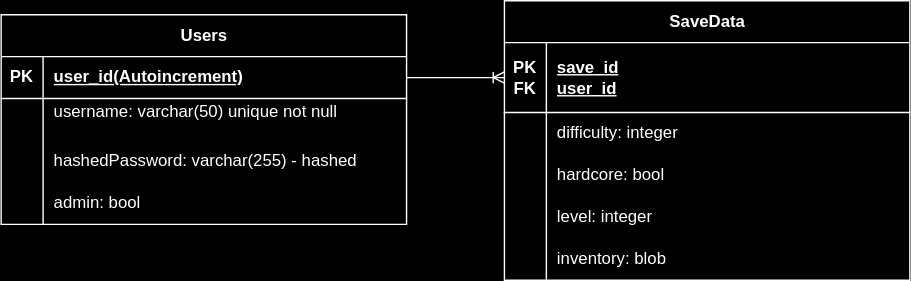
JCSnelson/JSnelson-NEA keeps this draw.io diagram as Documentation/images/design/Database_Design.svg. Above is the earlier version. Source tidied: cells renumbered, new cells last; positions are measured from the earlier drawing's top-left corner, leaving out a move shared by most shapes. The source it was exported from:
```xml
<mxGraphModel>
  <root>
    <mxCell id="0" />
    <mxCell id="1" parent="0" />
    <mxCell id="2" value="Users" style="shape=table;startSize=30;rowLines=0;fontStyle=1;align=center;html=1;" parent="1" vertex="1">
      <mxGeometry y="10" width="290" height="150" as="geometry" />
    </mxCell>
    <mxCell id="3" style="shape=tableRow;horizontal=0;startSize=0;swimlaneHead=0;swimlaneBody=0;fillColor=none;points=[[0,0.5],[1,0.5]];portConstraint=eastwest;top=0;left=0;right=0;bottom=1;" parent="2" vertex="1">
      <mxGeometry y="30" width="290" height="30" as="geometry" />
    </mxCell>
    <mxCell id="4" value="PK" style="shape=partialRectangle;fillColor=none;top=0;left=0;bottom=0;right=0;fontStyle=1;overflow=hidden;whiteSpace=wrap;html=1;" parent="3" vertex="1">
      <mxGeometry width="30" height="30" as="geometry" />
    </mxCell>
    <mxCell id="5" value="user_id(Autoincrement)" style="shape=partialRectangle;fillColor=none;top=0;left=0;bottom=0;right=0;align=left;spacingLeft=6;fontStyle=5;overflow=hidden;whiteSpace=wrap;html=1;" parent="3" vertex="1">
      <mxGeometry x="30" width="260" height="30" as="geometry" />
    </mxCell>
    <mxCell id="6" style="shape=tableRow;horizontal=0;startSize=0;swimlaneHead=0;swimlaneBody=0;fillColor=none;top=0;left=0;right=0;bottom=0;" parent="2" vertex="1">
      <mxGeometry y="60" width="290" height="30" as="geometry" />
    </mxCell>
    <mxCell id="7" style="shape=partialRectangle;fillColor=none;top=0;left=0;bottom=0;right=0;overflow=hidden;whiteSpace=wrap;html=1;" parent="6" vertex="1">
      <mxGeometry width="30" height="30" as="geometry" />
    </mxCell>
    <mxCell id="8" value="&lt;div&gt;username: varchar(50) unique not null&lt;/div&gt;&lt;div&gt;&lt;br&gt;&lt;/div&gt;" style="shape=partialRectangle;fillColor=none;top=0;left=0;bottom=0;right=0;align=left;spacingLeft=6;overflow=hidden;whiteSpace=wrap;html=1;" parent="6" vertex="1">
      <mxGeometry x="30" width="260" height="30" as="geometry" />
    </mxCell>
    <mxCell id="9" style="shape=tableRow;horizontal=0;startSize=0;swimlaneHead=0;swimlaneBody=0;fillColor=none;top=0;left=0;right=0;bottom=0;" parent="2" vertex="1">
      <mxGeometry y="90" width="290" height="30" as="geometry" />
    </mxCell>
    <mxCell id="10" style="shape=partialRectangle;fillColor=none;top=0;left=0;bottom=0;right=0;overflow=hidden;whiteSpace=wrap;html=1;" parent="9" vertex="1">
      <mxGeometry width="30" height="30" as="geometry" />
    </mxCell>
    <mxCell id="11" value="hashedPassword: varchar(255) - hashed" style="shape=partialRectangle;fillColor=none;top=0;left=0;bottom=0;right=0;align=left;spacingLeft=6;overflow=hidden;whiteSpace=wrap;html=1;" parent="9" vertex="1">
      <mxGeometry x="30" width="260" height="30" as="geometry" />
    </mxCell>
    <mxCell id="12" style="shape=tableRow;horizontal=0;startSize=0;swimlaneHead=0;swimlaneBody=0;fillColor=none;top=0;left=0;right=0;bottom=0;" parent="2" vertex="1">
      <mxGeometry y="120" width="290" height="30" as="geometry" />
    </mxCell>
    <mxCell id="13" style="shape=partialRectangle;fillColor=none;top=0;left=0;bottom=0;right=0;overflow=hidden;whiteSpace=wrap;html=1;" parent="12" vertex="1">
      <mxGeometry width="30" height="30" as="geometry" />
    </mxCell>
    <mxCell id="14" value="admin: bool" style="shape=partialRectangle;fillColor=none;top=0;left=0;bottom=0;right=0;align=left;spacingLeft=6;overflow=hidden;whiteSpace=wrap;html=1;" parent="12" vertex="1">
      <mxGeometry x="30" width="260" height="30" as="geometry" />
    </mxCell>
    <mxCell id="15" value="SaveData" style="shape=table;startSize=30;rowLines=0;fontStyle=1;align=center;html=1;" parent="1" vertex="1">
      <mxGeometry x="360" width="290" height="200" as="geometry" />
    </mxCell>
    <mxCell id="16" style="shape=tableRow;horizontal=0;startSize=0;swimlaneHead=0;swimlaneBody=0;fillColor=none;points=[[0,0.5],[1,0.5]];portConstraint=eastwest;top=0;left=0;right=0;bottom=1;" parent="15" vertex="1">
      <mxGeometry y="30" width="290" height="50" as="geometry" />
    </mxCell>
    <mxCell id="17" value="&lt;div&gt;PK&lt;/div&gt;&lt;div&gt;FK&lt;br&gt;&lt;/div&gt;" style="shape=partialRectangle;fillColor=none;top=0;left=0;bottom=0;right=0;fontStyle=1;overflow=hidden;whiteSpace=wrap;html=1;" parent="16" vertex="1">
      <mxGeometry width="30" height="50" as="geometry" />
    </mxCell>
    <mxCell id="18" value="&lt;div&gt;save_id&lt;/div&gt;&lt;div&gt;user_id&lt;br&gt;&lt;/div&gt;" style="shape=partialRectangle;fillColor=none;top=0;left=0;bottom=0;right=0;align=left;spacingLeft=6;fontStyle=5;overflow=hidden;whiteSpace=wrap;html=1;" parent="16" vertex="1">
      <mxGeometry x="30" width="260" height="50" as="geometry" />
    </mxCell>
    <mxCell id="19" style="shape=tableRow;horizontal=0;startSize=0;swimlaneHead=0;swimlaneBody=0;fillColor=none;top=0;left=0;right=0;bottom=0;" parent="15" vertex="1">
      <mxGeometry y="80" width="290" height="30" as="geometry" />
    </mxCell>
    <mxCell id="20" style="shape=partialRectangle;fillColor=none;top=0;left=0;bottom=0;right=0;overflow=hidden;whiteSpace=wrap;html=1;" parent="19" vertex="1">
      <mxGeometry width="30" height="30" as="geometry" />
    </mxCell>
    <mxCell id="21" value="difficulty: integer" style="shape=partialRectangle;fillColor=none;top=0;left=0;bottom=0;right=0;align=left;spacingLeft=6;overflow=hidden;whiteSpace=wrap;html=1;" parent="19" vertex="1">
      <mxGeometry x="30" width="260" height="30" as="geometry" />
    </mxCell>
    <mxCell id="22" style="shape=tableRow;horizontal=0;startSize=0;swimlaneHead=0;swimlaneBody=0;fillColor=none;top=0;left=0;right=0;bottom=0;" parent="15" vertex="1">
      <mxGeometry y="110" width="290" height="30" as="geometry" />
    </mxCell>
    <mxCell id="23" style="shape=partialRectangle;fillColor=none;top=0;left=0;bottom=0;right=0;overflow=hidden;whiteSpace=wrap;html=1;" parent="22" vertex="1">
      <mxGeometry width="30" height="30" as="geometry" />
    </mxCell>
    <mxCell id="24" value="hardcore: bool" style="shape=partialRectangle;fillColor=none;top=0;left=0;bottom=0;right=0;align=left;spacingLeft=6;overflow=hidden;whiteSpace=wrap;html=1;" parent="22" vertex="1">
      <mxGeometry x="30" width="260" height="30" as="geometry" />
    </mxCell>
    <mxCell id="25" style="shape=tableRow;horizontal=0;startSize=0;swimlaneHead=0;swimlaneBody=0;fillColor=none;top=0;left=0;right=0;bottom=0;" parent="15" vertex="1">
      <mxGeometry y="140" width="290" height="30" as="geometry" />
    </mxCell>
    <mxCell id="26" style="shape=partialRectangle;fillColor=none;top=0;left=0;bottom=0;right=0;overflow=hidden;whiteSpace=wrap;html=1;" parent="25" vertex="1">
      <mxGeometry width="30" height="30" as="geometry" />
    </mxCell>
    <mxCell id="27" value="level: integer" style="shape=partialRectangle;fillColor=none;top=0;left=0;bottom=0;right=0;align=left;spacingLeft=6;overflow=hidden;whiteSpace=wrap;html=1;" parent="25" vertex="1">
      <mxGeometry x="30" width="260" height="30" as="geometry" />
    </mxCell>
    <mxCell id="28" style="shape=tableRow;horizontal=0;startSize=0;swimlaneHead=0;swimlaneBody=0;fillColor=none;top=0;left=0;right=0;bottom=0;" parent="15" vertex="1">
      <mxGeometry y="170" width="290" height="30" as="geometry" />
    </mxCell>
    <mxCell id="29" style="shape=partialRectangle;fillColor=none;top=0;left=0;bottom=0;right=0;overflow=hidden;whiteSpace=wrap;html=1;" parent="28" vertex="1">
      <mxGeometry width="30" height="30" as="geometry" />
    </mxCell>
    <mxCell id="30" value="inventory: blob" style="shape=partialRectangle;fillColor=none;top=0;left=0;bottom=0;right=0;align=left;spacingLeft=6;overflow=hidden;whiteSpace=wrap;html=1;" parent="28" vertex="1">
      <mxGeometry x="30" width="260" height="30" as="geometry" />
    </mxCell>
    <mxCell id="31" style="edgeStyle=entityRelationEdgeStyle;fontSize=12;html=1;endArrow=ERoneToMany;rounded=0;exitX=1;exitY=0.5;exitDx=0;exitDy=0;entryX=0;entryY=0.5;entryDx=0;entryDy=0;" parent="1" edge="1" source="3" target="16">
      <mxGeometry relative="1" as="geometry">
        <Array as="points">
          <mxPoint x="390" y="105" />
        </Array>
      </mxGeometry>
    </mxCell>
  </root>
</mxGraphModel>
```
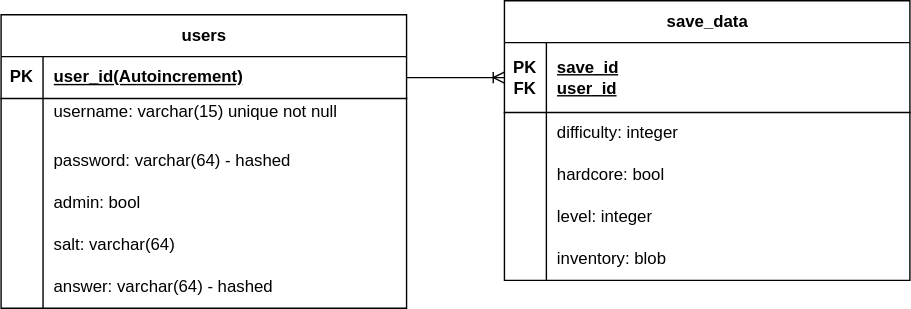
Later version of the same file.

What changed in the source:
```diff
@@ -2,8 +2,8 @@
   <root>
     <mxCell id="0" />
     <mxCell id="1" parent="0" />
-    <mxCell id="2" value="Users" style="shape=table;startSize=30;rowLines=0;fontStyle=1;align=center;html=1;" parent="1" vertex="1">
-      <mxGeometry y="10" width="290" height="150" as="geometry" />
+    <mxCell id="2" value="users" style="shape=table;startSize=30;rowLines=0;fontStyle=1;align=center;html=1;" parent="1" vertex="1">
+      <mxGeometry y="10" width="290" height="210" as="geometry" />
     </mxCell>
     <mxCell id="3" style="shape=tableRow;horizontal=0;startSize=0;swimlaneHead=0;swimlaneBody=0;fillColor=none;points=[[0,0.5],[1,0.5]];portConstraint=eastwest;top=0;left=0;right=0;bottom=1;" parent="2" vertex="1">
       <mxGeometry y="30" width="290" height="30" as="geometry" />
@@ -20,7 +20,7 @@
     <mxCell id="7" style="shape=partialRectangle;fillColor=none;top=0;left=0;bottom=0;right=0;overflow=hidden;whiteSpace=wrap;html=1;" parent="6" vertex="1">
       <mxGeometry width="30" height="30" as="geometry" />
     </mxCell>
-    <mxCell id="8" value="&lt;div&gt;username: varchar(50) unique not null&lt;/div&gt;&lt;div&gt;&lt;br&gt;&lt;/div&gt;" style="shape=partialRectangle;fillColor=none;top=0;left=0;bottom=0;right=0;align=left;spacingLeft=6;overflow=hidden;whiteSpace=wrap;html=1;" parent="6" vertex="1">
+    <mxCell id="8" value="&lt;div&gt;username: varchar(15) unique not null&lt;/div&gt;&lt;div&gt;&lt;br&gt;&lt;/div&gt;" style="shape=partialRectangle;fillColor=none;top=0;left=0;bottom=0;right=0;align=left;spacingLeft=6;overflow=hidden;whiteSpace=wrap;html=1;labelPosition=center;verticalLabelPosition=middle;verticalAlign=middle;" parent="6" vertex="1">
       <mxGeometry x="30" width="260" height="30" as="geometry" />
     </mxCell>
     <mxCell id="9" style="shape=tableRow;horizontal=0;startSize=0;swimlaneHead=0;swimlaneBody=0;fillColor=none;top=0;left=0;right=0;bottom=0;" parent="2" vertex="1">
@@ -29,7 +29,7 @@
     <mxCell id="10" style="shape=partialRectangle;fillColor=none;top=0;left=0;bottom=0;right=0;overflow=hidden;whiteSpace=wrap;html=1;" parent="9" vertex="1">
       <mxGeometry width="30" height="30" as="geometry" />
     </mxCell>
-    <mxCell id="11" value="hashedPassword: varchar(255) - hashed" style="shape=partialRectangle;fillColor=none;top=0;left=0;bottom=0;right=0;align=left;spacingLeft=6;overflow=hidden;whiteSpace=wrap;html=1;" parent="9" vertex="1">
+    <mxCell id="11" value="password: varchar(64) - hashed" style="shape=partialRectangle;fillColor=none;top=0;left=0;bottom=0;right=0;align=left;spacingLeft=6;overflow=hidden;whiteSpace=wrap;html=1;" parent="9" vertex="1">
       <mxGeometry x="30" width="260" height="30" as="geometry" />
     </mxCell>
     <mxCell id="12" style="shape=tableRow;horizontal=0;startSize=0;swimlaneHead=0;swimlaneBody=0;fillColor=none;top=0;left=0;right=0;bottom=0;" parent="2" vertex="1">
@@ -41,7 +41,25 @@
     <mxCell id="14" value="admin: bool" style="shape=partialRectangle;fillColor=none;top=0;left=0;bottom=0;right=0;align=left;spacingLeft=6;overflow=hidden;whiteSpace=wrap;html=1;" parent="12" vertex="1">
       <mxGeometry x="30" width="260" height="30" as="geometry" />
     </mxCell>
+    <mxCell id="32" style="shape=tableRow;horizontal=0;startSize=0;swimlaneHead=0;swimlaneBody=0;fillColor=none;top=0;left=0;right=0;bottom=0;" parent="2" vertex="1">
+      <mxGeometry y="150" width="290" height="30" as="geometry" />
+    </mxCell>
+    <mxCell id="33" style="shape=partialRectangle;fillColor=none;top=0;left=0;bottom=0;right=0;overflow=hidden;whiteSpace=wrap;html=1;" parent="32" vertex="1">
+      <mxGeometry width="30" height="30" as="geometry" />
+    </mxCell>
+    <mxCell id="34" value="&lt;div&gt;salt: varchar(64)&lt;/div&gt;" style="shape=partialRectangle;fillColor=none;top=0;left=0;bottom=0;right=0;align=left;spacingLeft=6;overflow=hidden;whiteSpace=wrap;html=1;" parent="32" vertex="1">
+      <mxGeometry x="30" width="260" height="30" as="geometry" />
+    </mxCell>
+    <mxCell id="35" style="shape=tableRow;horizontal=0;startSize=0;swimlaneHead=0;swimlaneBody=0;fillColor=none;top=0;left=0;right=0;bottom=0;" parent="2" vertex="1">
+      <mxGeometry y="180" width="290" height="30" as="geometry" />
+    </mxCell>
+    <mxCell id="36" style="shape=partialRectangle;fillColor=none;top=0;left=0;bottom=0;right=0;overflow=hidden;whiteSpace=wrap;html=1;" parent="35" vertex="1">
+      <mxGeometry width="30" height="30" as="geometry" />
+    </mxCell>
+    <mxCell id="37" value="answer: varchar(64) - hashed" style="shape=partialRectangle;fillColor=none;top=0;left=0;bottom=0;right=0;align=left;spacingLeft=6;overflow=hidden;whiteSpace=wrap;html=1;" parent="35" vertex="1">
+      <mxGeometry x="30" width="260" height="30" as="geometry" />
+    </mxCell>
-    <mxCell id="15" value="SaveData" style="shape=table;startSize=30;rowLines=0;fontStyle=1;align=center;html=1;" parent="1" vertex="1">
+    <mxCell id="15" value="save_data" style="shape=table;startSize=30;rowLines=0;fontStyle=1;align=center;html=1;" parent="1" vertex="1">
       <mxGeometry x="360" width="290" height="200" as="geometry" />
     </mxCell>
     <mxCell id="16" style="shape=tableRow;horizontal=0;startSize=0;swimlaneHead=0;swimlaneBody=0;fillColor=none;points=[[0,0.5],[1,0.5]];portConstraint=eastwest;top=0;left=0;right=0;bottom=1;" parent="15" vertex="1">
```
